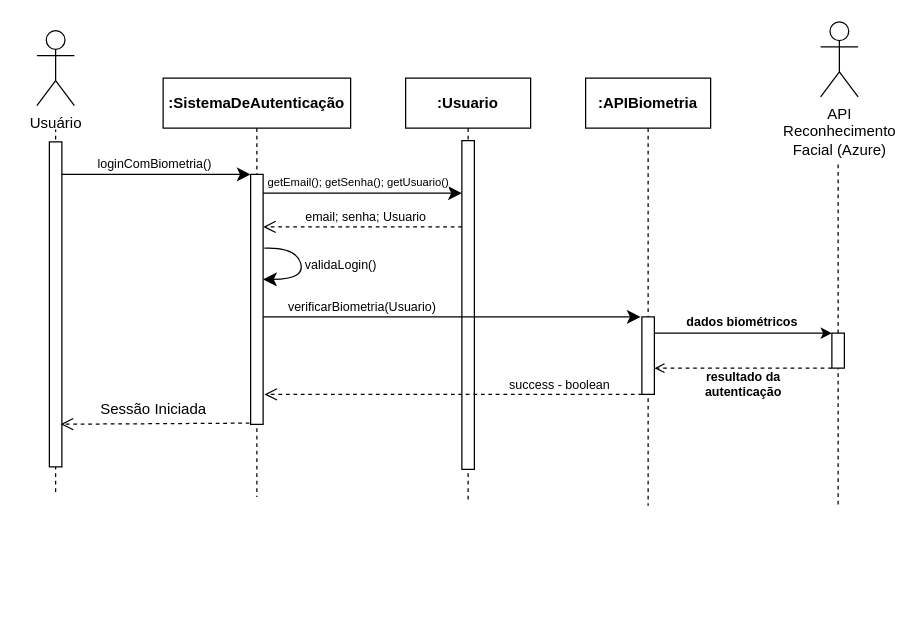
This is diagrama_sequencia/Diagrama_Sequencia_UC03.drawio from gb-cs-rt/home_broker, a draw.io file, before an edit. Source tidied: cells renumbered, new cells numbered last; positions are measured from the earlier drawing's top-left corner, leaving out a move shared by most shapes. Both pictures are drawn from the tidied source at 125%, with x=0, y=0 at pixel (36, 21).
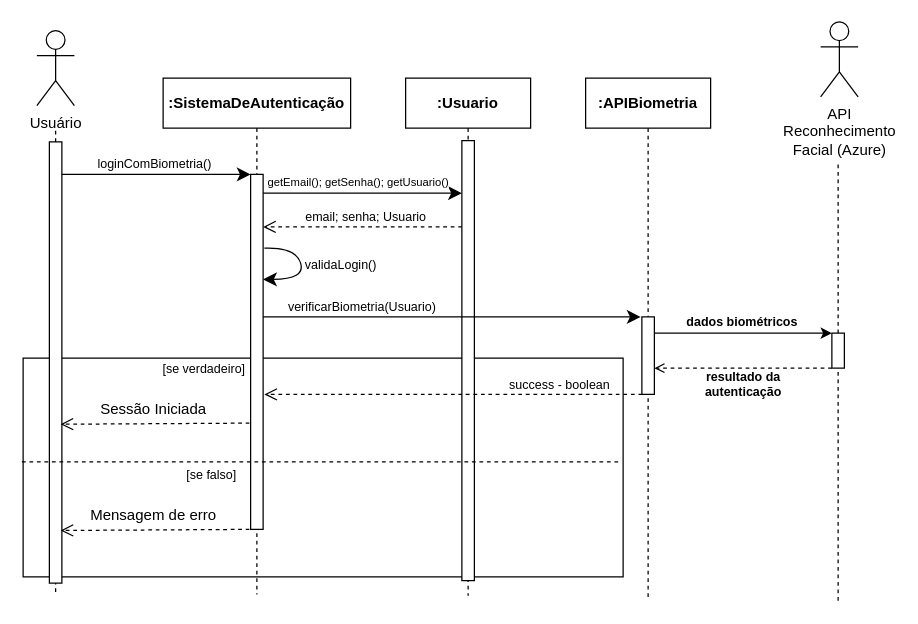
The same page after the edit.

The change refers to these unchanged cells:
```xml
<mxCell id="32" style="rounded=0;whiteSpace=wrap;html=1;" parent="1" vertex="1">
  <mxGeometry x="636" y="249" width="10" height="28" as="geometry" />
</mxCell>
```

What changed in the source:
```diff
@@
+    <mxCell id="33" style="rounded=0;whiteSpace=wrap;html=1;fillColor=none;" parent="1" vertex="1">
+      <mxGeometry x="-11" y="269" width="480" height="175" as="geometry" />
+    </mxCell>
     <mxCell id="2" style="endArrow=none;dashed=1;html=1;rounded=0;" parent="1" edge="1">
       <mxGeometry relative="1" as="geometry">
-        <mxPoint x="15" y="376" as="sourcePoint" />
+        <mxPoint x="15" y="456" as="sourcePoint" />
         <mxPoint x="15" y="86" as="targetPoint" />
       </mxGeometry>
     </mxCell>
     <mxCell id="3" value="&lt;b&gt;:Usuario&lt;/b&gt;" style="shape=umlLifeline;perimeter=lifelinePerimeter;whiteSpace=wrap;html=1;newEdgeStyle={&quot;edgeStyle&quot;:&quot;elbowEdgeStyle&quot;,&quot;elbow&quot;:&quot;vertical&quot;,&quot;curved&quot;:0,&quot;rounded&quot;:0};" parent="1" vertex="1">
-      <mxGeometry x="295" y="45" width="100" height="339" as="geometry" />
+      <mxGeometry x="295" y="45" width="100" height="414" as="geometry" />
     </mxCell>
     <mxCell id="4" style="html=1;points=[];perimeter=orthogonalPerimeter;outlineConnect=0;targetShapes=umlLifeline;portConstraint=eastwest;newEdgeStyle={&quot;edgeStyle&quot;:&quot;elbowEdgeStyle&quot;,&quot;elbow&quot;:&quot;vertical&quot;,&quot;curved&quot;:0,&quot;rounded&quot;:0};" parent="3" vertex="1">
-      <mxGeometry x="45" y="50" width="10" height="263" as="geometry" />
+      <mxGeometry x="45" y="50" width="10" height="352" as="geometry" />
     </mxCell>
     <mxCell id="5" value="&lt;b&gt;:SistemaDeAutenticação&lt;/b&gt;" style="shape=umlLifeline;perimeter=lifelinePerimeter;whiteSpace=wrap;html=1;newEdgeStyle={&quot;edgeStyle&quot;:&quot;elbowEdgeStyle&quot;,&quot;elbow&quot;:&quot;vertical&quot;,&quot;curved&quot;:0,&quot;rounded&quot;:0};" parent="1" vertex="1">
-      <mxGeometry x="101" y="45" width="150" height="335" as="geometry" />
+      <mxGeometry x="101" y="45" width="150" height="413" as="geometry" />
     </mxCell>
     <mxCell id="6" style="html=1;points=[];perimeter=orthogonalPerimeter;outlineConnect=0;targetShapes=umlLifeline;portConstraint=eastwest;newEdgeStyle={&quot;edgeStyle&quot;:&quot;elbowEdgeStyle&quot;,&quot;elbow&quot;:&quot;vertical&quot;,&quot;curved&quot;:0,&quot;rounded&quot;:0};" parent="5" vertex="1">
-      <mxGeometry x="70" y="77" width="10" height="200" as="geometry" />
+      <mxGeometry x="70" y="77" width="10" height="284" as="geometry" />
     </mxCell>
@@
     <mxCell id="8" style="rounded=0;whiteSpace=wrap;html=1;" parent="1" vertex="1">
-      <mxGeometry x="10" y="96" width="10" height="260" as="geometry" />
+      <mxGeometry x="10" y="96" width="10" height="353" as="geometry" />
     </mxCell>
     <mxCell id="9" value="&lt;b&gt;:APIBiometria&lt;/b&gt;" style="shape=umlLifeline;perimeter=lifelinePerimeter;whiteSpace=wrap;html=1;newEdgeStyle={&quot;edgeStyle&quot;:&quot;elbowEdgeStyle&quot;,&quot;elbow&quot;:&quot;vertical&quot;,&quot;curved&quot;:0,&quot;rounded&quot;:0};" parent="1" vertex="1">
-      <mxGeometry x="439" y="45" width="100" height="342" as="geometry" />
+      <mxGeometry x="439" y="45" width="100" height="416" as="geometry" />
     </mxCell>
@@
     <mxCell id="31" style="endArrow=none;dashed=1;html=1;rounded=0;" parent="1" edge="1" target="32">
       <mxGeometry relative="1" as="geometry">
-        <mxPoint x="641" y="386" as="sourcePoint" />
+        <mxPoint x="641" y="463" as="sourcePoint" />
       </mxGeometry>
     </mxCell>
@@
+    <mxCell id="34" style="endArrow=open;html=1;rounded=0;fontFamily=Helvetica;fontSize=12;fontColor=default;startSize=8;endSize=8;curved=1;entryX=1;entryY=0.715;entryDx=0;entryDy=0;entryPerimeter=0;dashed=1;endFill=0;" parent="1" edge="1">
+      <mxGeometry relative="1" as="geometry">
+        <mxPoint x="170" y="406" as="sourcePoint" />
+        <mxPoint x="19" y="406.9" as="targetPoint" />
+      </mxGeometry>
+    </mxCell>
+    <mxCell id="35" value="Mensagem de erro" style="edgeLabel;html=1;align=center;verticalAlign=middle;fontSize=12;fontFamily=Helvetica;fontColor=default;fillColor=none;gradientColor=none;" parent="34" vertex="1">
+      <mxGeometry x="0.07" y="2" width="119" height="26" relative="1" as="geometry">
+        <mxPoint x="-56" y="-26" as="offset" />
+      </mxGeometry>
+    </mxCell>
+    <mxCell id="36" style="endArrow=none;dashed=1;html=1;rounded=0;entryX=0.998;entryY=0.474;entryDx=0;entryDy=0;entryPerimeter=0;exitX=-0.002;exitY=0.474;exitDx=0;exitDy=0;exitPerimeter=0;" parent="1" edge="1" source="33" target="33">
+      <mxGeometry relative="1" as="geometry" />
+    </mxCell>
+    <mxCell id="37" value="[se verdadeiro]" style="text;html=1;align=center;verticalAlign=middle;whiteSpace=wrap;rounded=0;fontSize=10;" parent="1" vertex="1">
+      <mxGeometry x="98" y="262" width="72" height="30" as="geometry" />
+    </mxCell>
+    <mxCell id="38" value="[se falso]" style="text;html=1;align=center;verticalAlign=middle;whiteSpace=wrap;rounded=0;fontSize=10;" parent="1" vertex="1">
+      <mxGeometry x="104" y="347" width="72" height="30" as="geometry" />
+    </mxCell>
```
